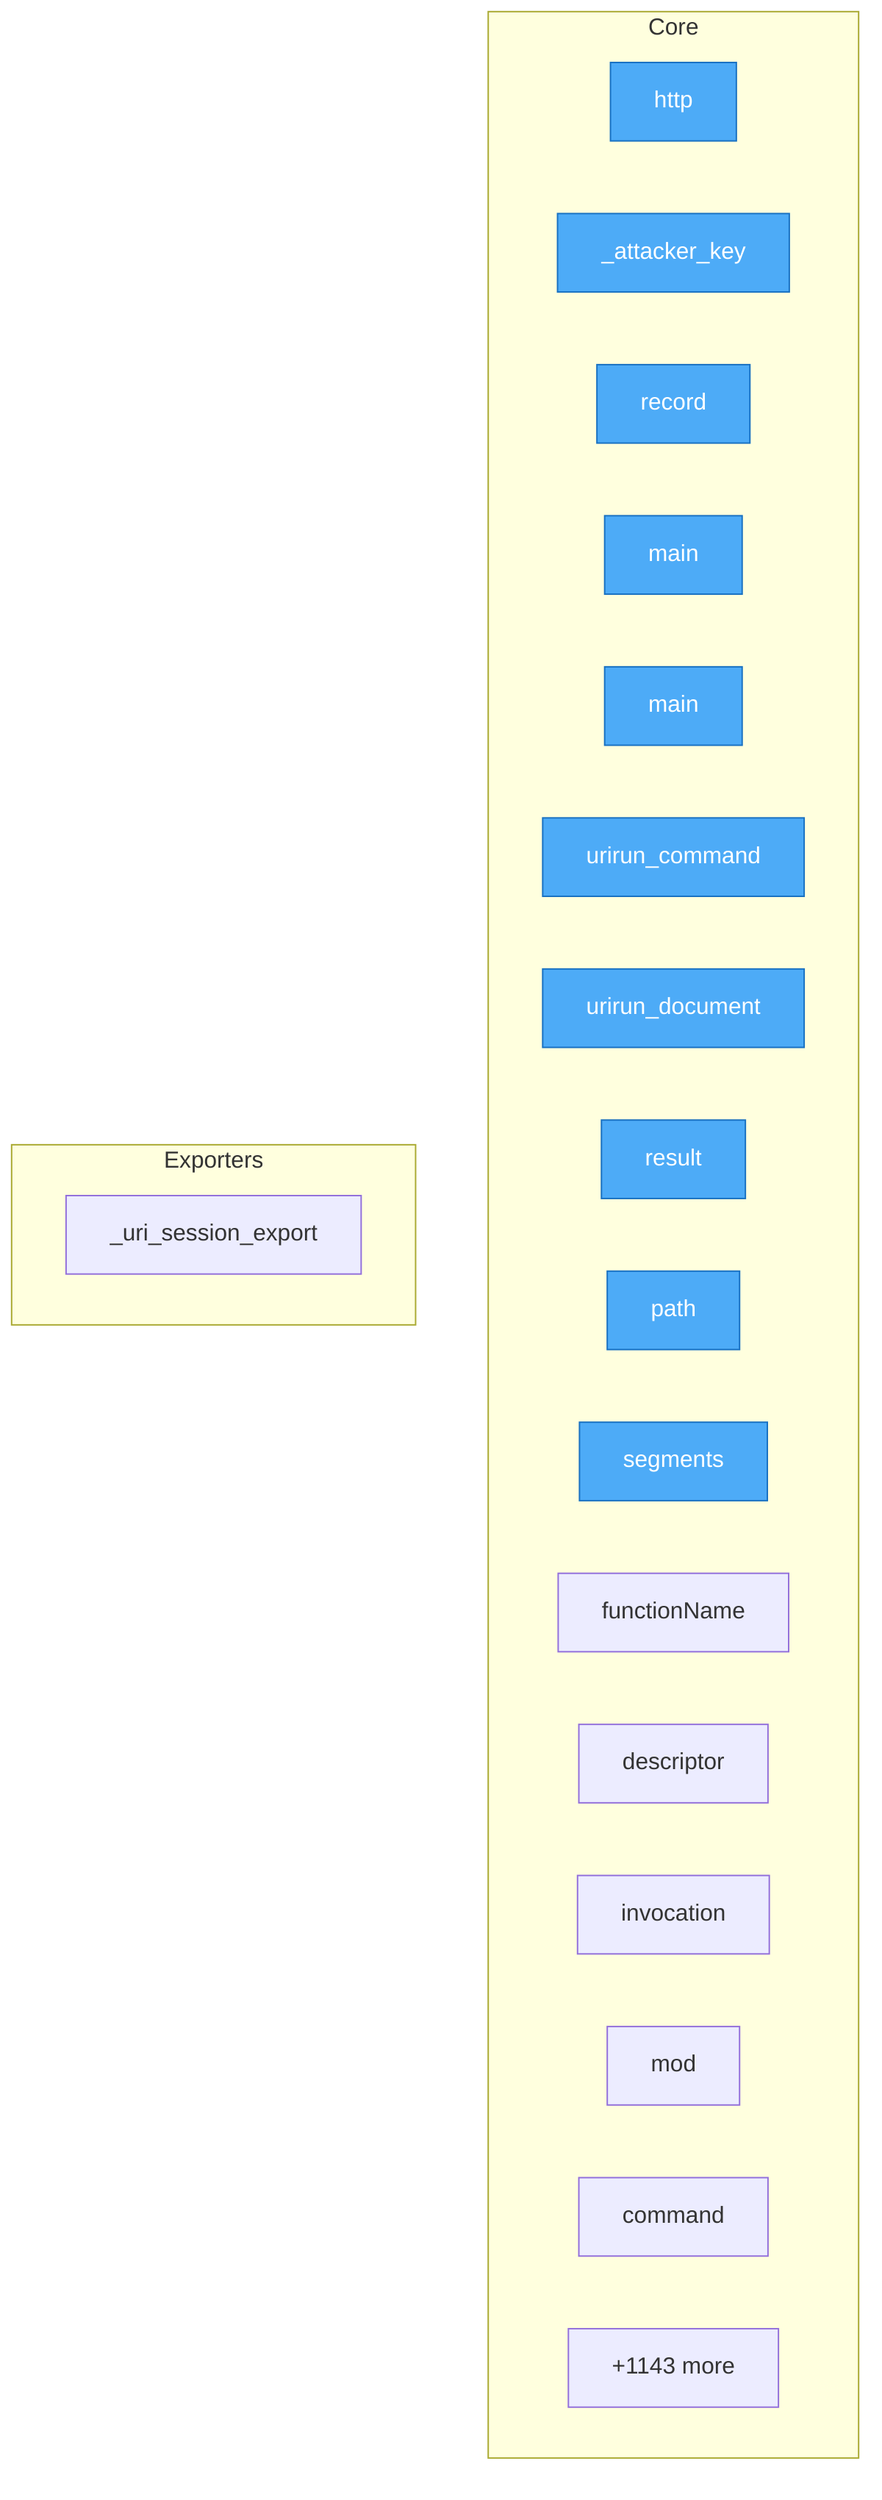
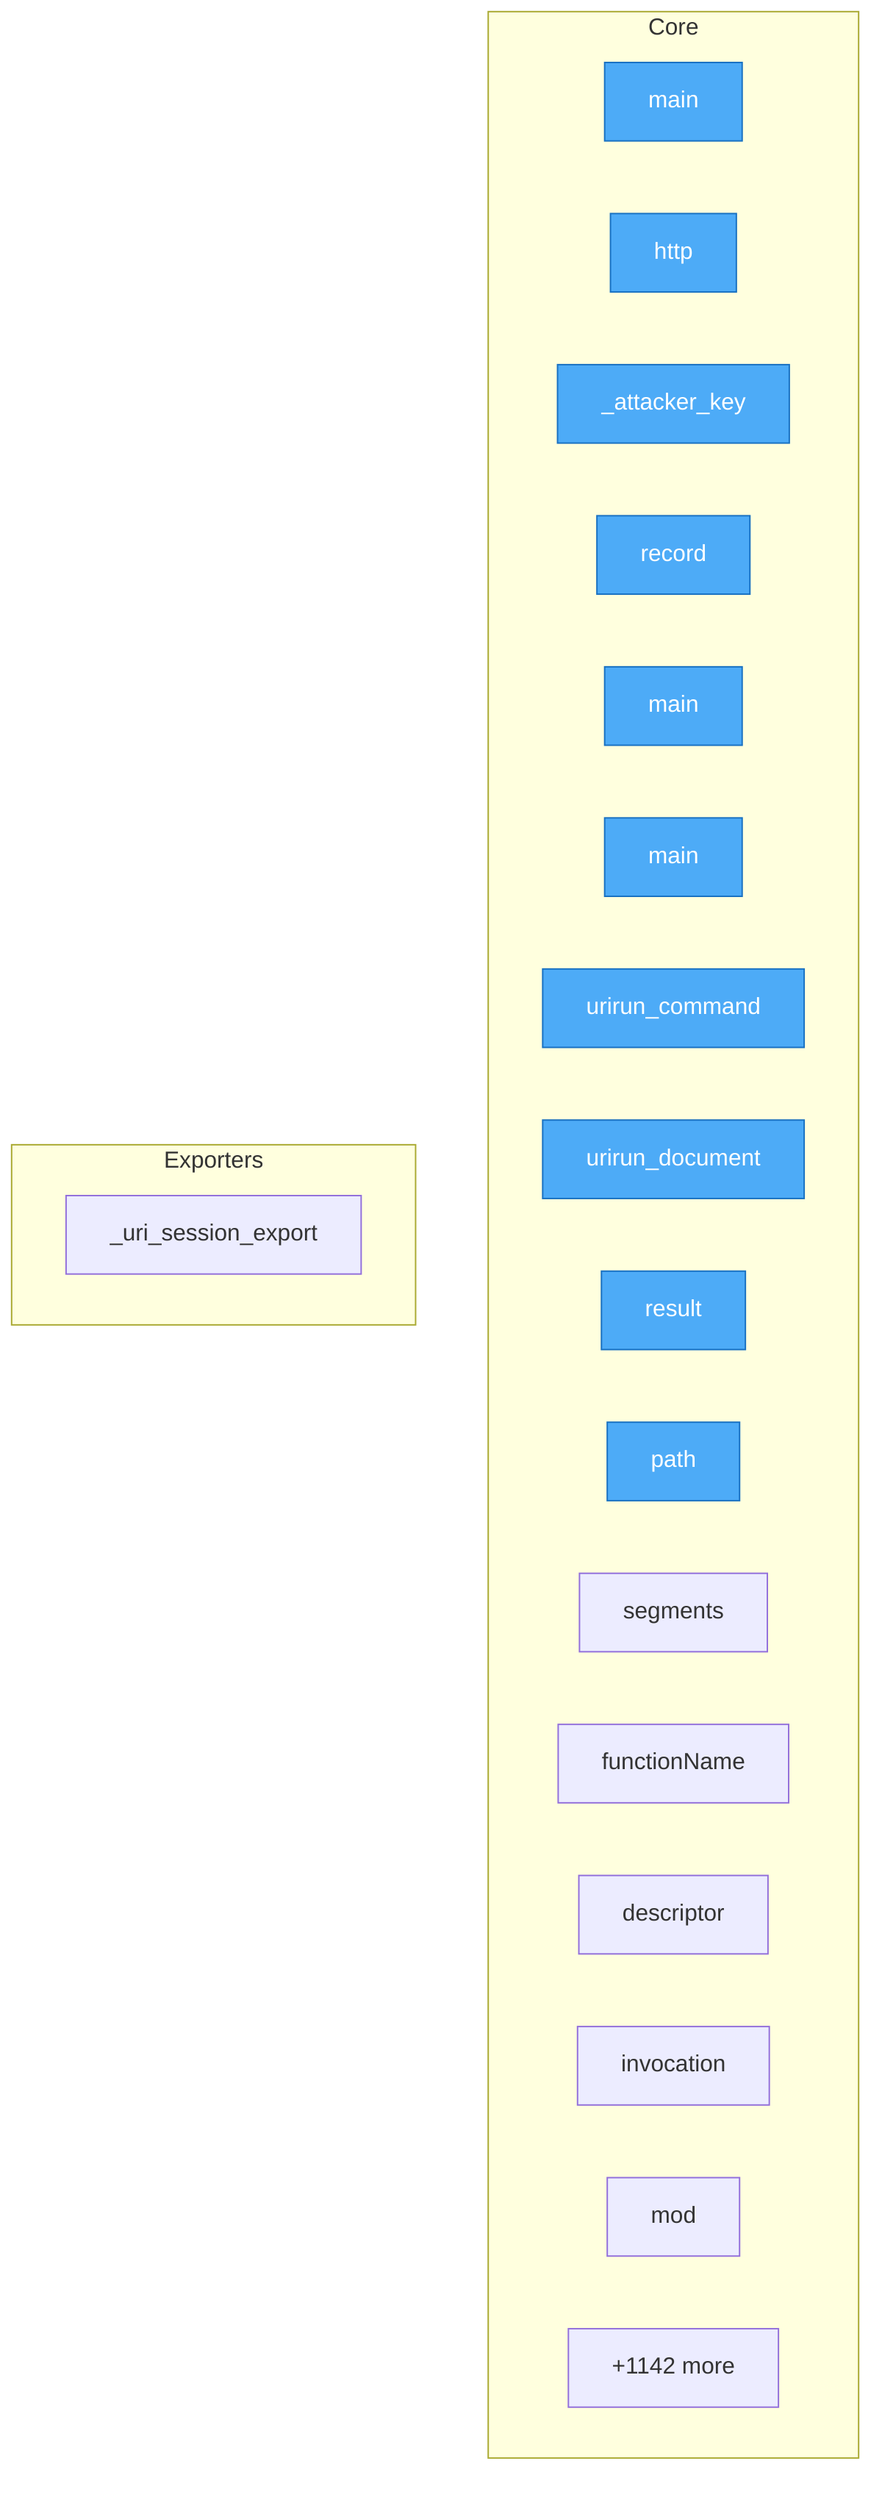
flowchart TD
- %% generated in 0.07s
+ %% generated in 0.06s

    %% Entry points (blue)
    classDef entry fill:#4dabf7,stroke:#1971c2,color:#fff

    subgraph Core
+         docs__gen_error_codes__main["main"]
        security__mesh_probe__probe__http["http"]
        security__mesh_probe__probe___attacker_key["_attacker_key"]
        security__mesh_probe__probe__record["record"]
        adapters__conformance__main["main"]
        adapters__new_connector__main["main"]
        adapters__bash__urirun__urirun_command["urirun_command"]
        adapters__bash__urirun__urirun_document["urirun_document"]
        adapters__js__index__test__result["result"]
        adapters__js__path["path"]
        adapters__js__segments["segments"]
        adapters__js__functionName["functionName"]
        adapters__js__descriptor["descriptor"]
        adapters__js__invocation["invocation"]
        adapters__js__mod["mod"]
-         adapters__java__Urirun__Urirun__command["command"]
-         ...["+1143 more"]
+         ...["+1142 more"]
    end

    subgraph Exporters
        adapters__python__urirun__node__skill___uri_session_export["_uri_session_export"]
    end

-     class security__mesh_probe__probe__http,security__mesh_probe__probe___attacker_key,security__mesh_probe__probe__record,adapters__conformance__main,adapters__new_connector__main,adapters__bash__urirun__urirun_command,adapters__bash__urirun__urirun_document,adapters__js__index__test__result,adapters__js__path,adapters__js__segments entry
+     class docs__gen_error_codes__main,security__mesh_probe__probe__http,security__mesh_probe__probe___attacker_key,security__mesh_probe__probe__record,adapters__conformance__main,adapters__new_connector__main,adapters__bash__urirun__urirun_command,adapters__bash__urirun__urirun_document,adapters__js__index__test__result,adapters__js__path entry
